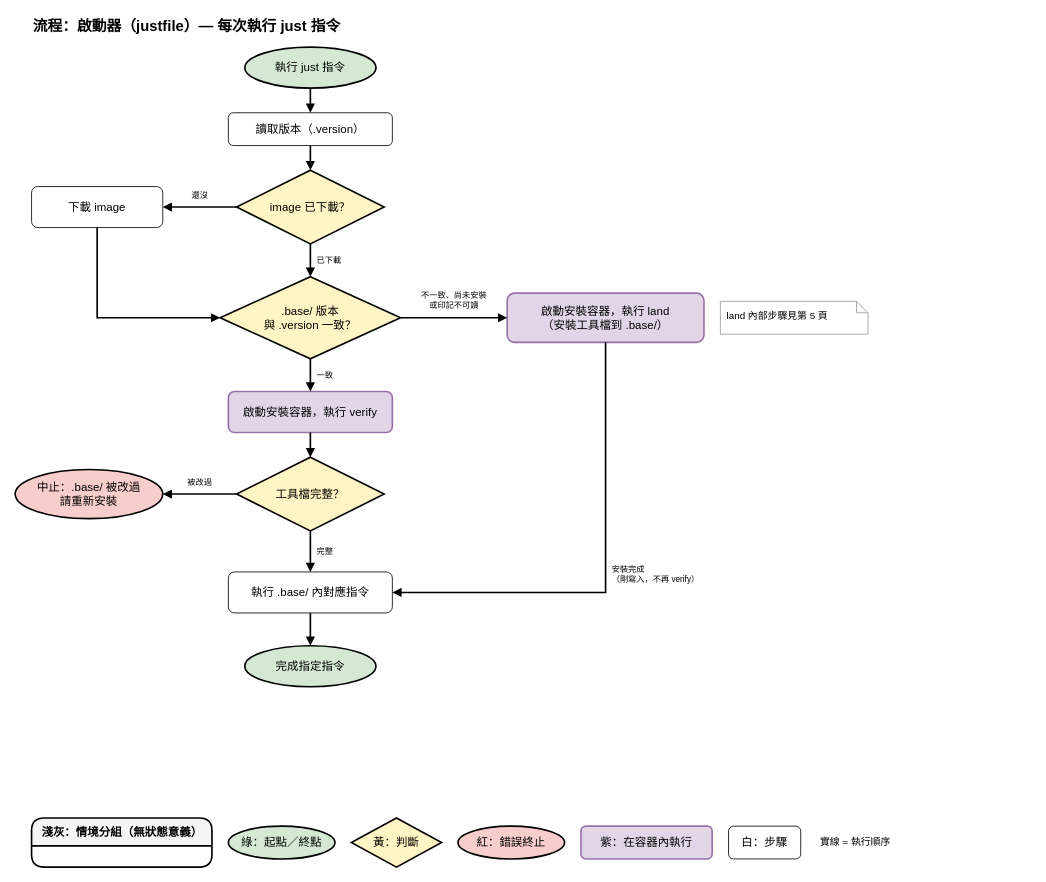
Above: page "3. 流程：啟動器" (3 of 7) of dist_distribution.drawio in ycpss91255-research/vendor_kit (draw.io), before the change. Source tidied: cells renumbered, new cells numbered last; positions are measured from the earlier drawing's top-left corner, leaving out a move shared by most shapes. Both pictures are drawn from the tidied source at 82%, with x=0, y=0 at pixel (15, 14).
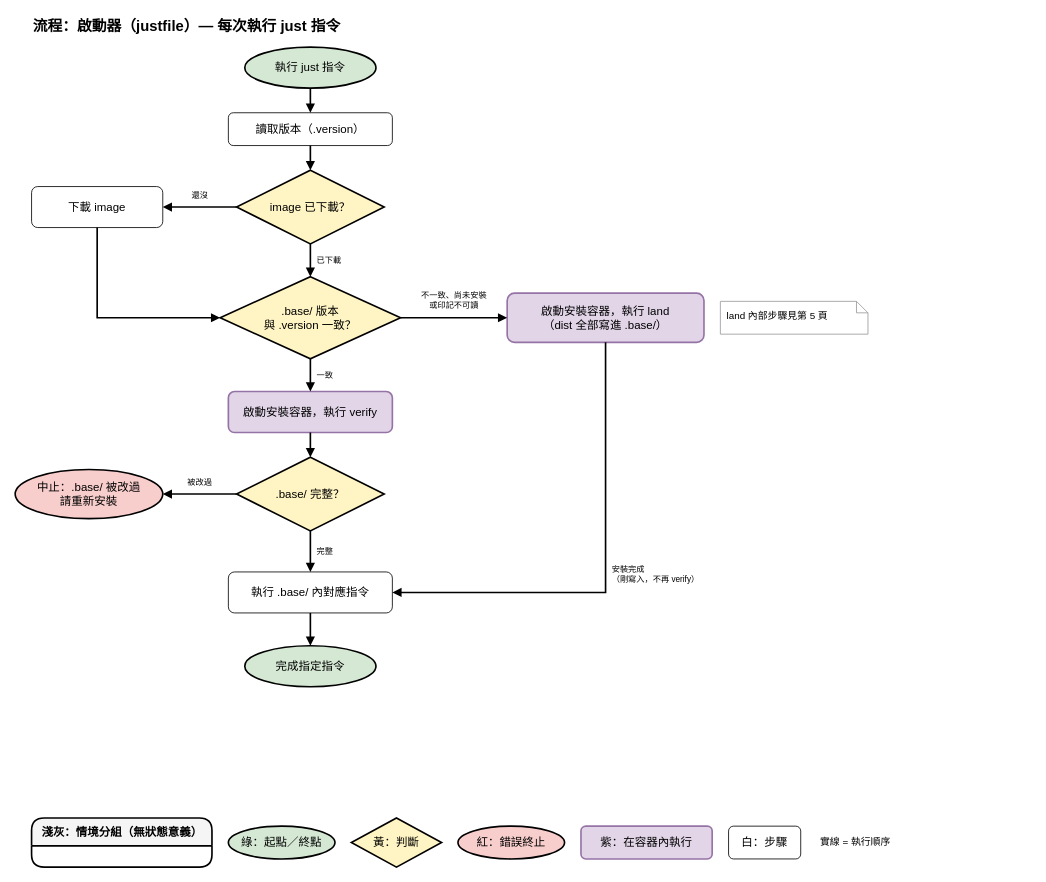
The same page after the edit.

The edit, as a diff of the source:
```diff
@@
-    <mxCell id="8" value="啟動安裝容器，執行 land&lt;br&gt;（安裝工具檔到 .base/）" style="rounded=1;whiteSpace=wrap;html=1;fillColor=#e1d5e7;strokeColor=#9673a6;fontSize=14;strokeWidth=2;" parent="1" vertex="1">
+    <mxCell id="8" value="啟動安裝容器，執行 land&lt;br&gt;（dist 全部寫進 .base/）" style="rounded=1;whiteSpace=wrap;html=1;fillColor=#e1d5e7;strokeColor=#9673a6;fontSize=14;strokeWidth=2;" parent="1" vertex="1">
       <mxGeometry x="600" y="340" width="240" height="60" as="geometry" />
     </mxCell>
@@
-    <mxCell id="11" value="工具檔完整？" style="rhombus;whiteSpace=wrap;html=1;fillColor=#FFF4C3;strokeColor=#000000;strokeWidth=2;fontSize=14;" parent="1" vertex="1">
+    <mxCell id="11" value=".base/ 完整？" style="rhombus;whiteSpace=wrap;html=1;fillColor=#FFF4C3;strokeColor=#000000;strokeWidth=2;fontSize=14;" parent="1" vertex="1">
       <mxGeometry x="270" y="540" width="180" height="90" as="geometry" />
     </mxCell>
```
